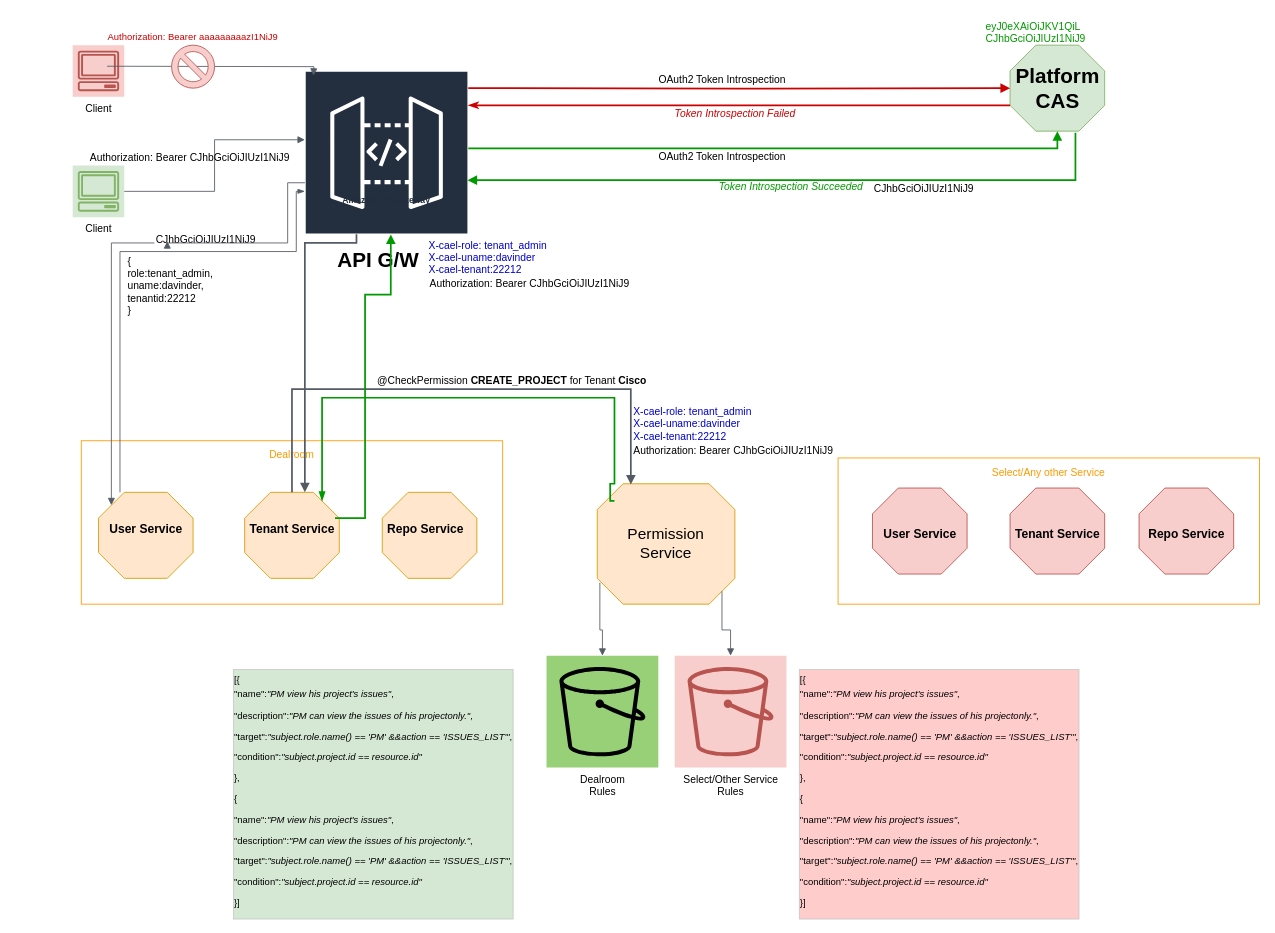
Above: Untitled Diagram.drawio in davinderrai/documents (draw.io), before the change. Source tidied: cells renumbered, new cells numbered last; positions are measured from the earlier drawing's top-left corner, leaving out a move shared by most shapes. Both pictures are drawn from the tidied source at 86%, with x=0, y=0 at pixel (14, 15).
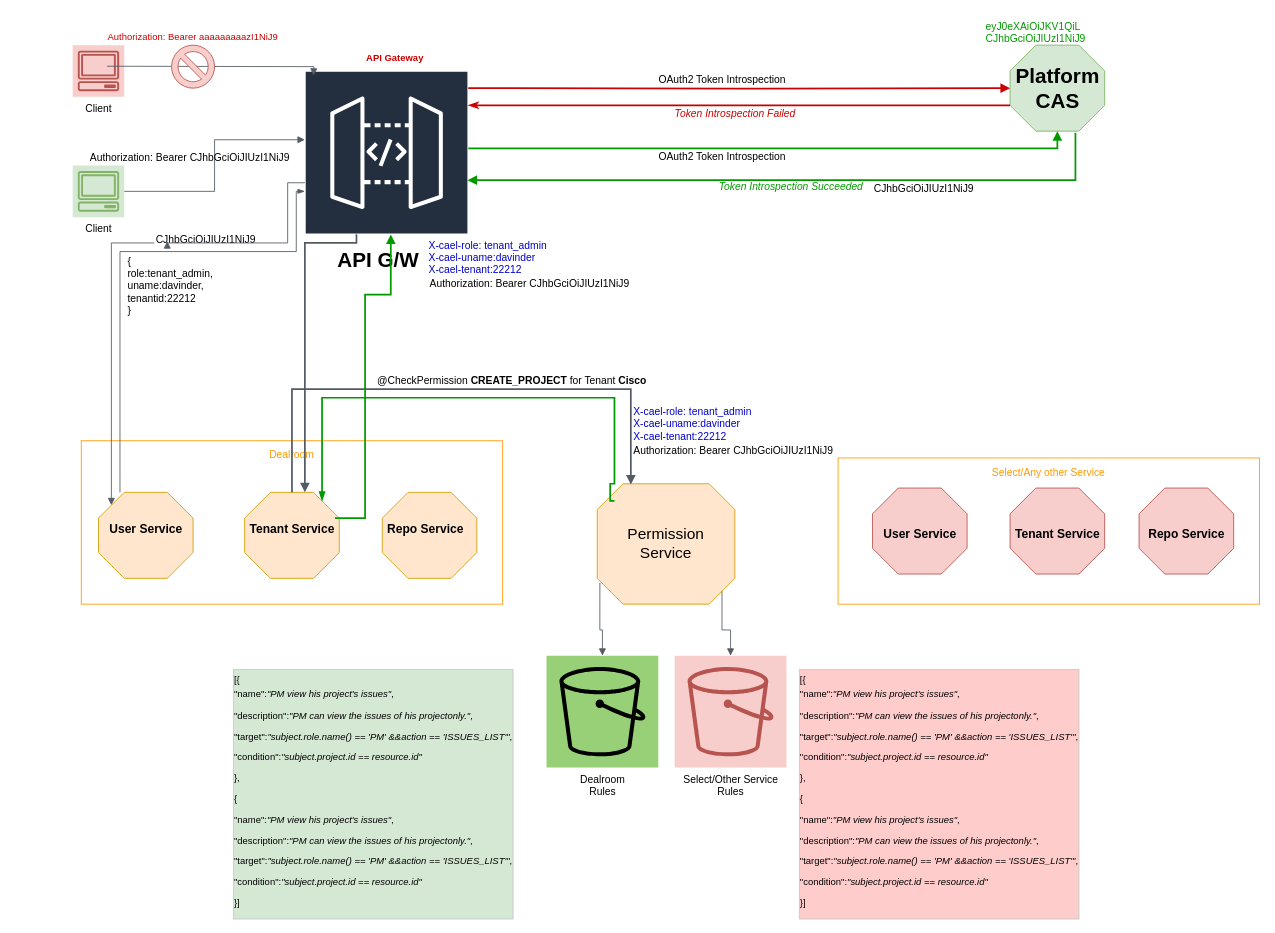
After the change.

Change to the diagram source:
```diff
@@
-    <mxCell id="6" value="Amazon API Gateway" style="outlineConnect=0;fontColor=#232F3E;gradientColor=none;strokeColor=#ffffff;fillColor=#232F3E;dashed=0;verticalLabelPosition=middle;verticalAlign=bottom;align=center;html=1;whiteSpace=wrap;fontSize=10;fontStyle=1;spacing=3;shape=mxgraph.aws4.productIcon;prIcon=mxgraph.aws4.api_gateway;" parent="1" vertex="1">
+    <mxCell id="6" style="outlineConnect=0;fontColor=#232F3E;gradientColor=none;strokeColor=#ffffff;fillColor=#232F3E;dashed=0;verticalLabelPosition=middle;verticalAlign=bottom;align=center;html=1;whiteSpace=wrap;fontSize=10;fontStyle=1;spacing=3;shape=mxgraph.aws4.productIcon;prIcon=mxgraph.aws4.api_gateway;" parent="1" vertex="1">
       <mxGeometry x="338" y="65" width="190" height="160" as="geometry" />
     </mxCell>
@@
+    <mxCell id="61" value="&lt;span&gt;&lt;b&gt;API Gateway&lt;/b&gt;&lt;/span&gt;" style="text;html=1;strokeColor=none;fillColor=none;align=center;verticalAlign=middle;whiteSpace=wrap;rounded=0;labelBackgroundColor=none;fontSize=11;fontColor=#CC0000;" parent="1" vertex="1">
+      <mxGeometry x="378" y="40" width="130" height="20" as="geometry" />
+    </mxCell>
```
